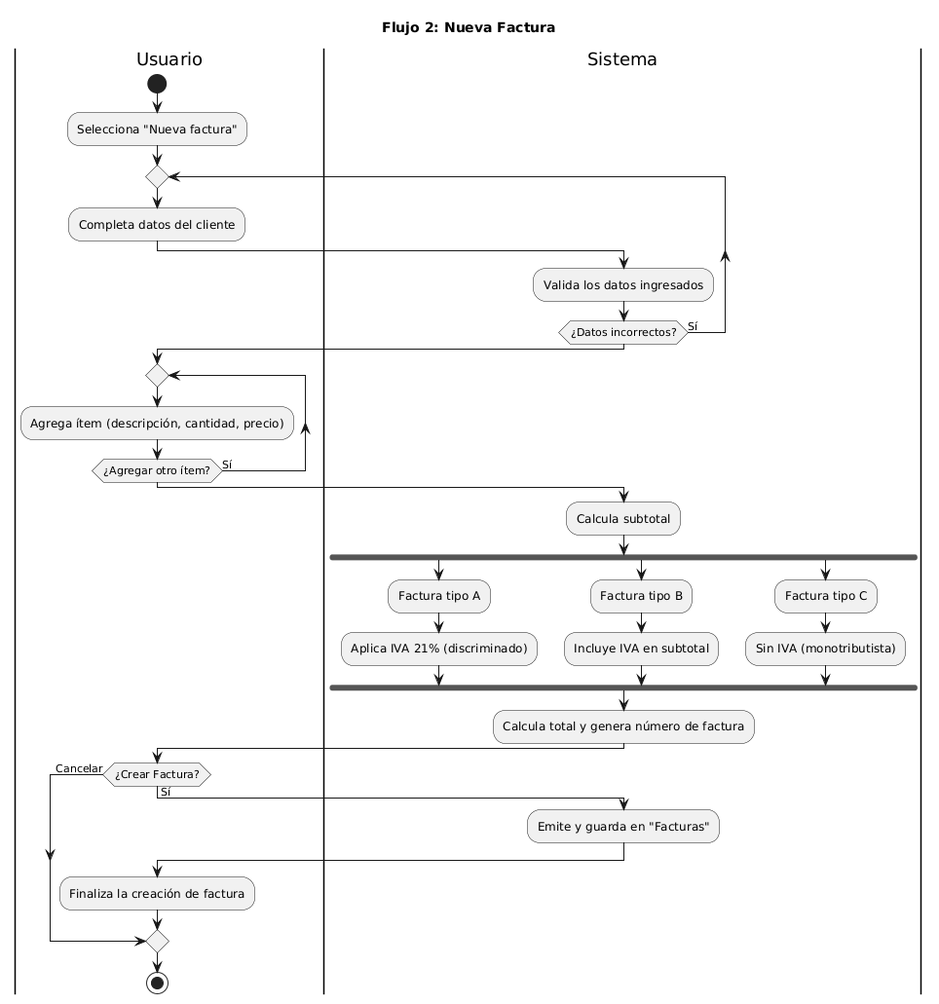
Above: docs/04-diagramas/01-diagramas-de-actividades/actividad-flujo-2-nueva-factura.png in ramiromarcosmorales/emiti-web (PlantUML), before the change.
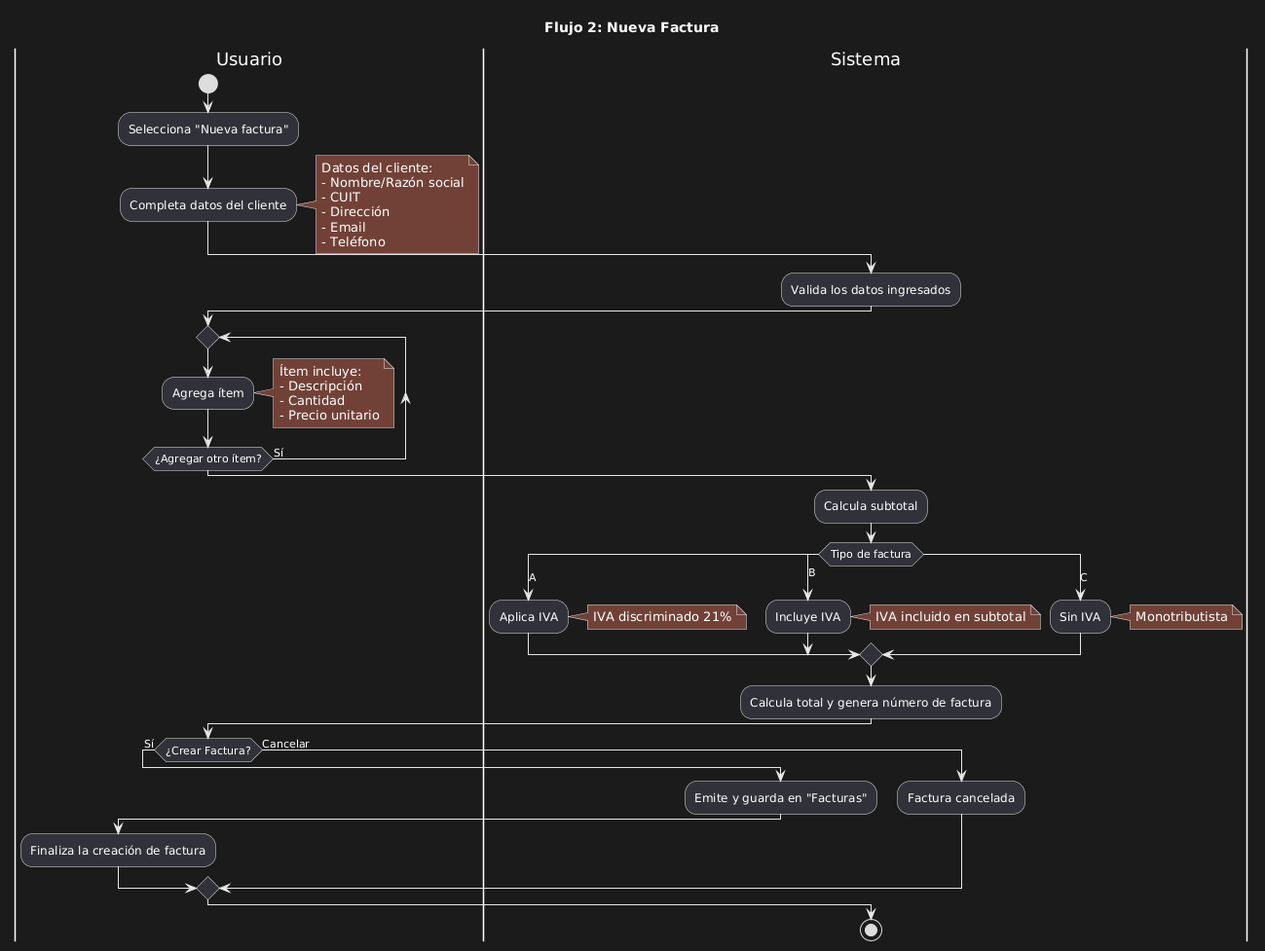
After the commit.

The edit, as a diff of the source:
```diff
@@ -4,32 +4,51 @@
 |Usuario|
 start
 :Selecciona "Nueva factura";
+:Completa datos del cliente;
 
-repeat
-  :Completa datos del cliente;
-  |Sistema|
-  :Valida los datos ingresados;
-repeat while (¿Datos incorrectos?) is (Sí)
+note right
+Datos del cliente:
+- Nombre/Razón social
+- CUIT
+- Dirección
+- Email
+- Teléfono
+end note
 
+|Sistema|
+:Valida los datos ingresados;
 
 |Usuario|
 repeat
-  :Agrega ítem (descripción, cantidad, precio);
+  :Agrega ítem;
+  note right
+  Ítem incluye:
+  - Descripción
+  - Cantidad
+  - Precio unitario
+  end note
 repeat while (¿Agregar otro ítem?) is (Sí)
 
 |Sistema|
 :Calcula subtotal;
 
-fork
-  :Factura tipo A;
-  :Aplica IVA 21% (discriminado);
-fork again
-  :Factura tipo B;
-  :Incluye IVA en subtotal;
-fork again
-  :Factura tipo C;
-  :Sin IVA (monotributista);
-end fork
+switch (Tipo de factura)
+case (A)
+  :Aplica IVA;
+  note right
+  IVA discriminado 21%
+  end note
+case (B)
+  :Incluye IVA;
+  note right
+  IVA incluido en subtotal
+  end note
+case (C)
+  :Sin IVA;
+  note right
+  Monotributista
+  end note
+endswitch
 
 :Calcula total y genera número de factura;
 
@@ -40,6 +59,8 @@
   |Usuario|
   :Finaliza la creación de factura;
 else (Cancelar)
+  |Sistema|
+  :Factura cancelada;
 endif
 
 stop
```
